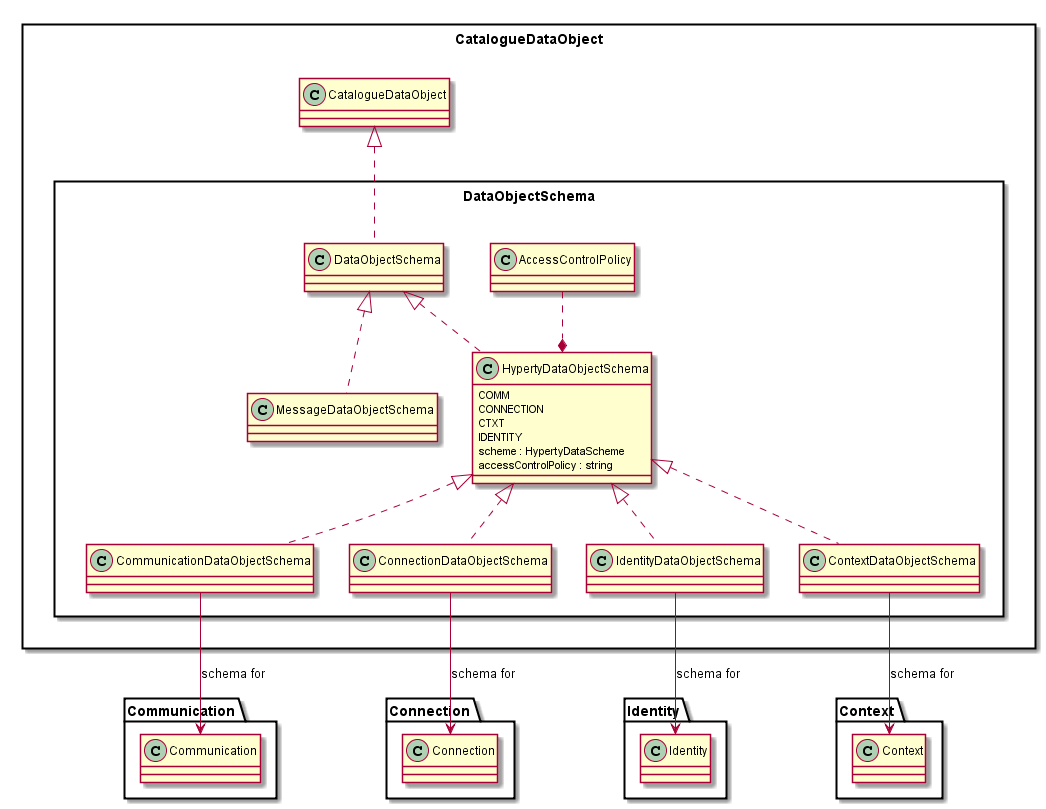
Earlier version of the PlantUML export docs/datamodel/core/hyperty-catalogue/Data-Object-Schema.png (reTHINK-project/dev-service-framework).
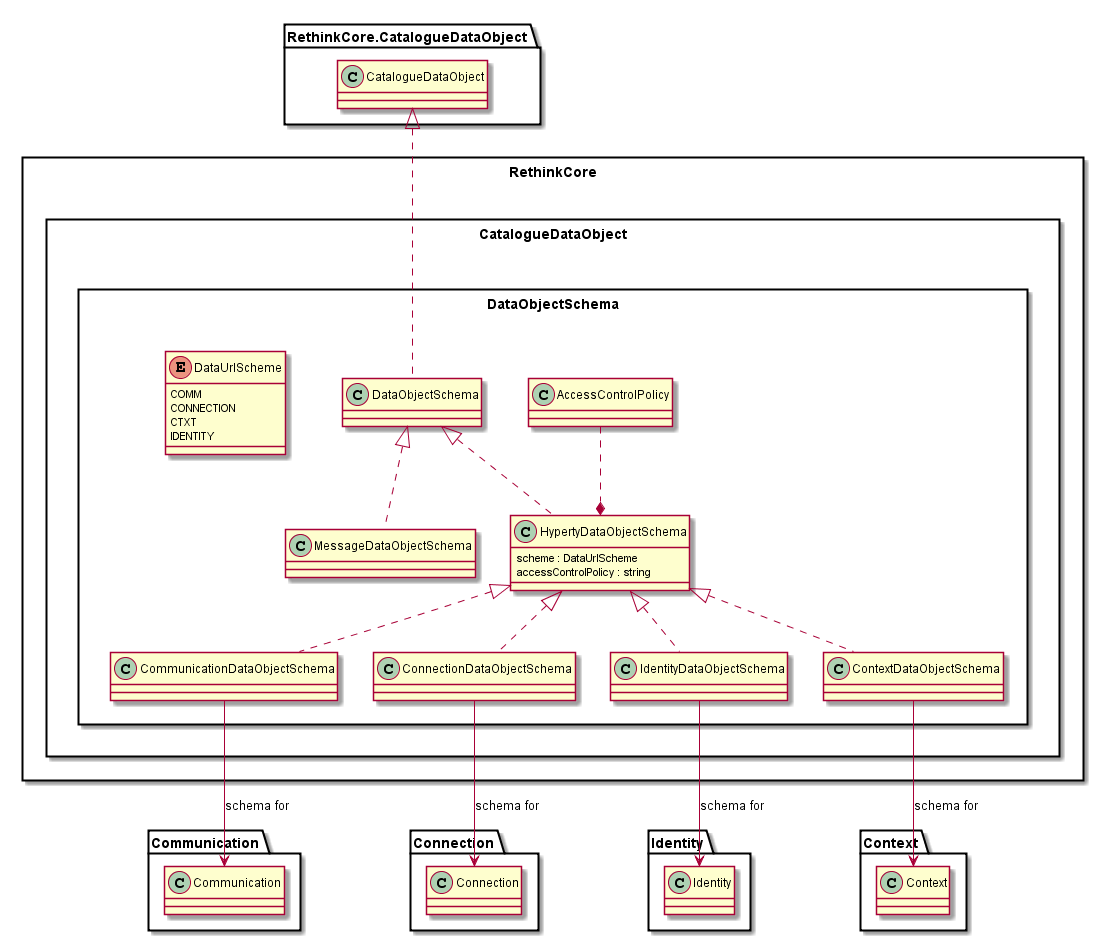
Later version of the same file.

Change to the diagram source:
```diff
@@ -1,64 +1,66 @@
 @startuml "../../docs/datamodel/core/hyperty-catalogue/Data-Object-Schema.png"
 
-package CatalogueDataObject <<Rect>> {
+package RethinkCore <<Rect>> {
 
-	package DataObjectSchema <<Rect>> {
+	package CatalogueDataObject <<Rect>> {
 
-		class DataObjectSchema {
-		}
+		package DataObjectSchema <<Rect>> {
 
-		class MessageDataObjectSchema {
-		}
+			class DataObjectSchema {
+			}
 
-		enum HypertyDataObjectSchema {
-			COMM
-			CONNECTION
-			CTXT
-			IDENTITY
-		}
+			class MessageDataObjectSchema {
+			}
+
+			enum DataUrlScheme {
+				COMM
+				CONNECTION
+				CTXT
+				IDENTITY
+			}
 
 
-		class HypertyDataObjectSchema {
-		  scheme : HypertyDataScheme
-			accessControlPolicy : string
+			class HypertyDataObjectSchema {
+			  	scheme : DataUrlScheme
+				accessControlPolicy : string
+			}
+
+			class AccessControlPolicy {
+			}
+
+			class CommunicationDataObjectSchema {
+			}
+
+			class ConnectionDataObjectSchema {
+			}
+
+			class IdentityDataObjectSchema {
+			}
+
+			class ContextDataObjectSchema {
+			}
+
+			DataObjectSchema .up.|> RethinkCore.CatalogueDataObject.CatalogueDataObject
+
+			MessageDataObjectSchema .up.|> DataObjectSchema
+
+			HypertyDataObjectSchema .up.|> DataObjectSchema
+			HypertyDataObjectSchema *.up. AccessControlPolicy
+
+			CommunicationDataObjectSchema .up.|> HypertyDataObjectSchema
+
+			ConnectionDataObjectSchema .up.|> HypertyDataObjectSchema
+			IdentityDataObjectSchema .up.|> HypertyDataObjectSchema
+			ContextDataObjectSchema .up.|> HypertyDataObjectSchema
+
+			CommunicationDataObjectSchema -down-> Communication.Communication : schema for
+
+			ConnectionDataObjectSchema -down-> Connection.Connection : schema for
+
+			IdentityDataObjectSchema -down-> Identity.Identity : schema for
+
+			ContextDataObjectSchema -down-> Context.Context : schema for
 		}
-
-		class AccessControlPolicy {
-		}
-
-		class CommunicationDataObjectSchema {
-		}
-
-		class ConnectionDataObjectSchema {
-		}
-
-		class IdentityDataObjectSchema {
-		}
-
-		class ContextDataObjectSchema {
-		}
-
-		DataObjectSchema .up.|> CatalogueDataObject.CatalogueDataObject
-
-		MessageDataObjectSchema .up.|> DataObjectSchema
-
-		HypertyDataObjectSchema .up.|> DataObjectSchema
-		HypertyDataObjectSchema *.up. AccessControlPolicy
-
-		CommunicationDataObjectSchema .up.|> HypertyDataObjectSchema
-
-		ConnectionDataObjectSchema .up.|> HypertyDataObjectSchema
-		IdentityDataObjectSchema .up.|> HypertyDataObjectSchema
-		ContextDataObjectSchema .up.|> HypertyDataObjectSchema
-
-		CommunicationDataObjectSchema -down-> Communication.Communication : schema for
-
-		ConnectionDataObjectSchema -down-> Connection.Connection : schema for
-
-		IdentityDataObjectSchema -down-> Identity.Identity : schema for
-
-		ContextDataObjectSchema -down-> Context.Context : schema for
 	}
 }
-
 @enduml
```
